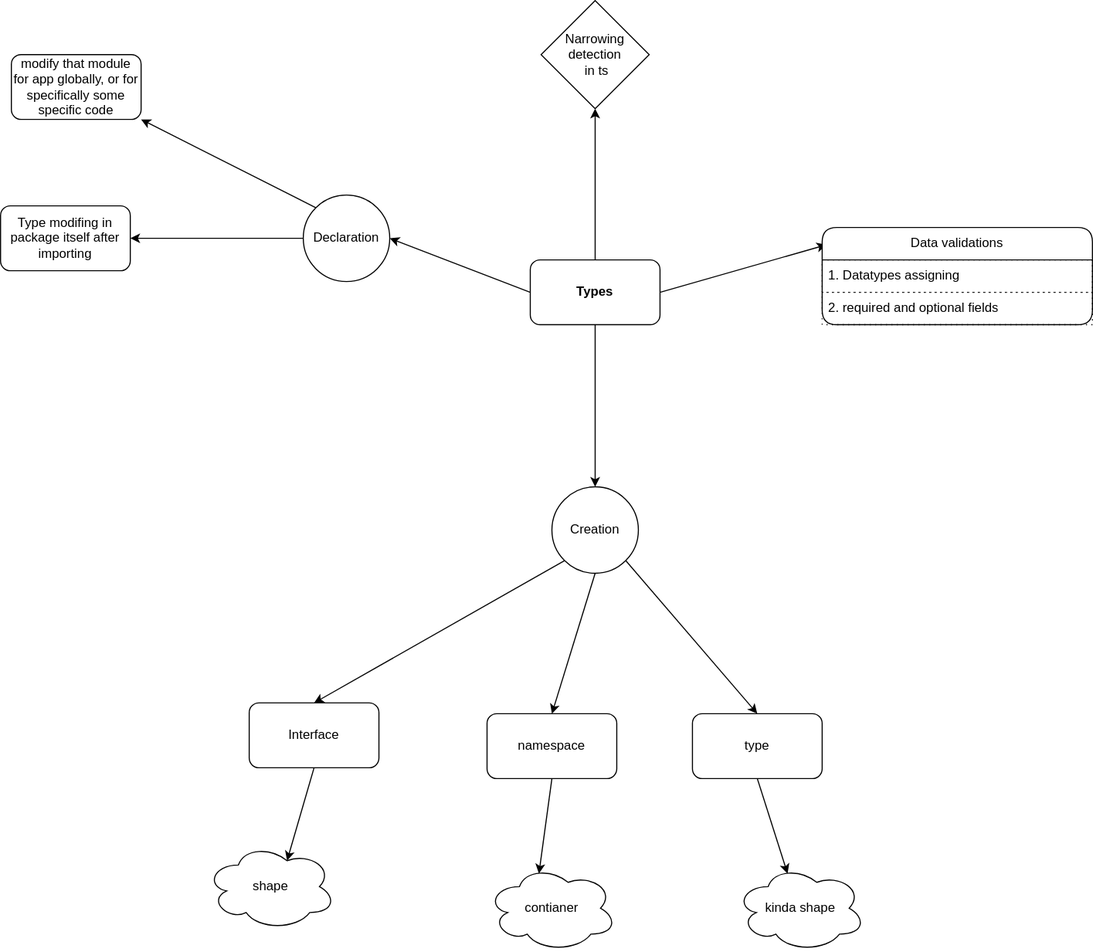
Before: programming-langs/types.svg, a diagram exported from draw.io (knpvt5/Programming-Concepts). Source tidied: cells renumbered, new cells last; positions are measured from the earlier drawing's top-left corner, leaving out a move shared by most shapes.
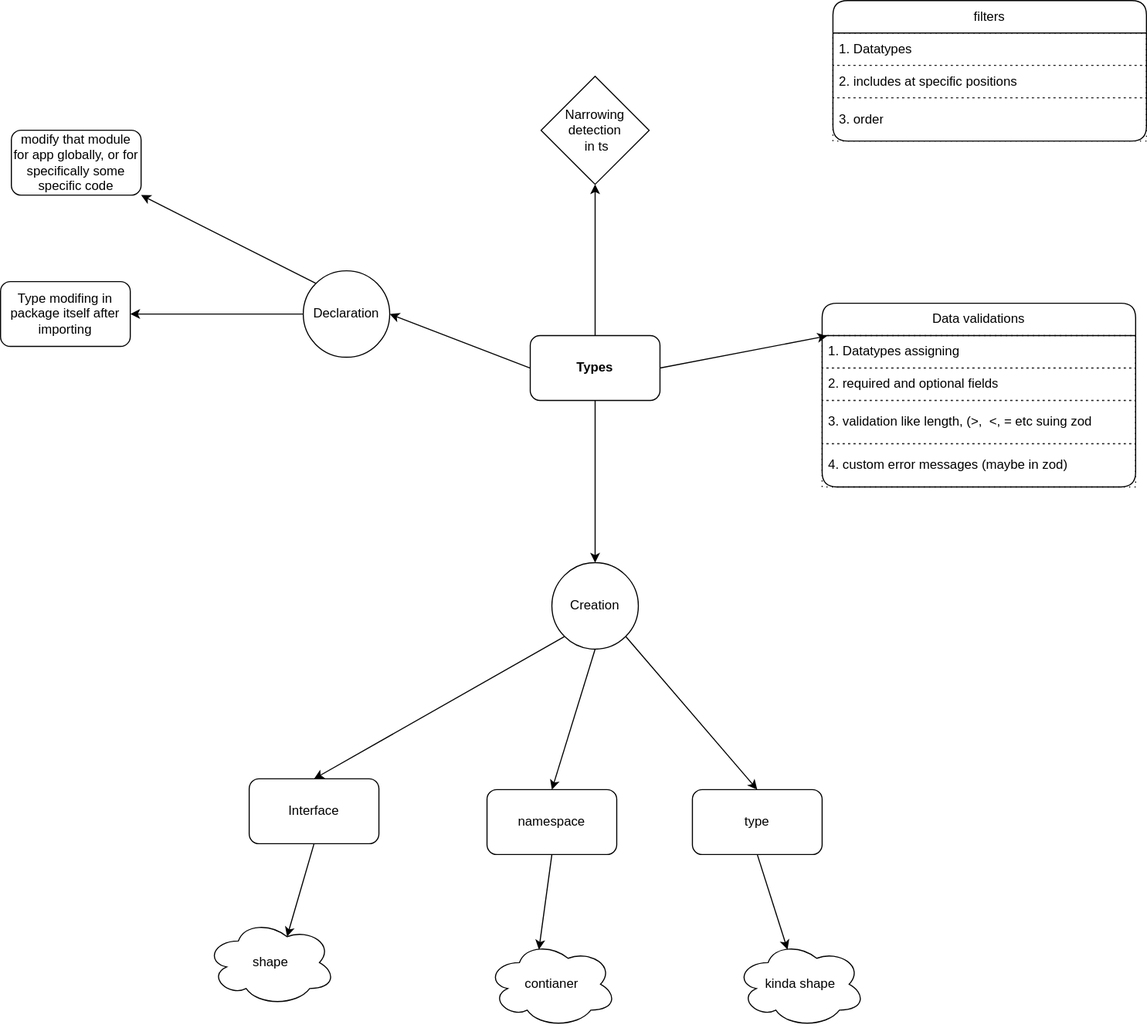
Later version of the same file.

Change to the diagram source:
```diff
@@ -75,13 +75,31 @@
       <mxGeometry x="500" width="100" height="100" as="geometry" />
     </mxCell>
     <mxCell id="26" value="Data validations" style="swimlane;fontStyle=0;horizontal=1;startSize=30;whiteSpace=wrap;html=1;rounded=1;" parent="1" vertex="1">
-      <mxGeometry x="760" y="210" width="250" height="90" as="geometry" />
+      <mxGeometry x="760" y="210" width="290" height="170" as="geometry" />
     </mxCell>
     <mxCell id="27" value="1. Datatypes assigning" style="text;strokeColor=default;fillColor=none;align=left;verticalAlign=middle;spacingLeft=4;spacingRight=4;overflow=hidden;whiteSpace=wrap;html=1;dashed=1;dashPattern=1 4;" parent="26" vertex="1">
-      <mxGeometry y="30" width="250" height="30" as="geometry" />
+      <mxGeometry y="30" width="290" height="30" as="geometry" />
     </mxCell>
     <mxCell id="28" value="2. required and optional fields" style="text;strokeColor=default;fillColor=none;align=left;verticalAlign=middle;spacingLeft=4;spacingRight=4;overflow=hidden;whiteSpace=wrap;html=1;dashed=1;dashPattern=1 4;" parent="26" vertex="1">
-      <mxGeometry y="60" width="250" height="30" as="geometry" />
+      <mxGeometry y="60" width="290" height="30" as="geometry" />
     </mxCell>
+    <mxCell id="29" value="3. validation like length, (&amp;gt;,&amp;nbsp; &amp;lt;, = etc suing zod" style="text;strokeColor=default;fillColor=none;align=left;verticalAlign=middle;spacingLeft=4;spacingRight=4;overflow=hidden;whiteSpace=wrap;html=1;dashed=1;dashPattern=1 4;" parent="26" vertex="1">
+      <mxGeometry y="90" width="290" height="40" as="geometry" />
+    </mxCell>
+    <mxCell id="30" value="4. custom error messages (maybe in zod)" style="text;strokeColor=default;fillColor=none;align=left;verticalAlign=middle;spacingLeft=4;spacingRight=4;overflow=hidden;whiteSpace=wrap;html=1;dashed=1;dashPattern=1 4;" parent="26" vertex="1">
+      <mxGeometry y="130" width="290" height="40" as="geometry" />
+    </mxCell>
+    <mxCell id="31" value="filters" style="swimlane;fontStyle=0;horizontal=1;startSize=30;whiteSpace=wrap;html=1;rounded=1;" parent="1" vertex="1">
+      <mxGeometry x="770" y="-70" width="290" height="130" as="geometry" />
+    </mxCell>
+    <mxCell id="32" value="1. Datatypes&amp;nbsp;" style="text;strokeColor=default;fillColor=none;align=left;verticalAlign=middle;spacingLeft=4;spacingRight=4;overflow=hidden;whiteSpace=wrap;html=1;dashed=1;dashPattern=1 4;" parent="31" vertex="1">
+      <mxGeometry y="30" width="290" height="30" as="geometry" />
+    </mxCell>
+    <mxCell id="33" value="2. includes at specific positions" style="text;strokeColor=default;fillColor=none;align=left;verticalAlign=middle;spacingLeft=4;spacingRight=4;overflow=hidden;whiteSpace=wrap;html=1;dashed=1;dashPattern=1 4;" parent="31" vertex="1">
+      <mxGeometry y="60" width="290" height="30" as="geometry" />
+    </mxCell>
+    <mxCell id="34" value="3. order" style="text;strokeColor=default;fillColor=none;align=left;verticalAlign=middle;spacingLeft=4;spacingRight=4;overflow=hidden;whiteSpace=wrap;html=1;dashed=1;dashPattern=1 4;" parent="31" vertex="1">
+      <mxGeometry y="90" width="290" height="40" as="geometry" />
+    </mxCell>
   </root>
 </mxGraphModel>
```
